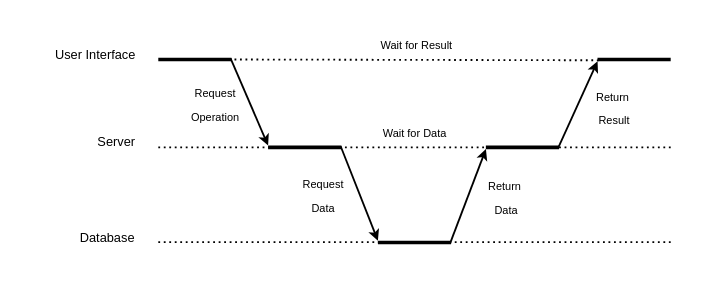
Above: flow_component.drawio in DrXneaky/Diagram (draw.io), before the change. Source tidied: cells renumbered, new cells numbered last; positions are measured from the earlier drawing's top-left corner, leaving out a move shared by most shapes. Both pictures are drawn from the tidied source at 183%, with x=0, y=0 at pixel (51, 37).
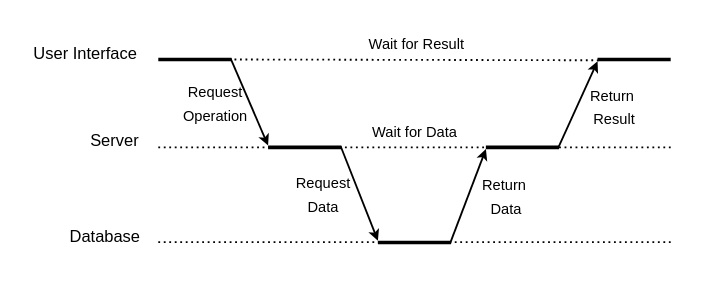
The same diagram, later.

Unchanged cells that the change refers to:
```xml
<mxCell id="3" style="line;strokeWidth=2;fillColor=none;align=left;verticalAlign=middle;spacingTop=-1;spacingLeft=3;spacingRight=3;labelPosition=right;points=[];portConstraint=eastwest;" parent="1" vertex="1">
  <mxGeometry x="298" y="8" width="40" height="8" as="geometry" />
</mxCell>
<mxCell id="4" style="line;strokeWidth=2;fillColor=none;align=left;verticalAlign=middle;spacingTop=-1;spacingLeft=3;spacingRight=3;labelPosition=right;points=[];portConstraint=eastwest;" parent="1" vertex="1">
  <mxGeometry x="118" y="56" width="40" height="8" as="geometry" />
</mxCell>
<mxCell id="5" style="line;strokeWidth=2;fillColor=none;align=left;verticalAlign=middle;spacingTop=-1;spacingLeft=3;spacingRight=3;labelPosition=right;points=[];portConstraint=eastwest;" parent="1" vertex="1">
  <mxGeometry x="237" y="56" width="40" height="8" as="geometry" />
</mxCell>
<mxCell id="6" style="line;strokeWidth=2;fillColor=none;align=left;verticalAlign=middle;spacingTop=-1;spacingLeft=3;spacingRight=3;labelPosition=right;points=[];portConstraint=eastwest;" parent="1" vertex="1">
  <mxGeometry x="178" y="108" width="40" height="8" as="geometry" />
</mxCell>
```

Diff of the diagram source:
```diff
@@
-    <mxCell id="7" value="&lt;font style=&quot;font-size: 6px&quot; face=&quot;Old Standard TT&quot;&gt;Request&lt;br&gt;Operation&lt;/font&gt;" style="html=1;verticalAlign=bottom;endArrow=classic;entryX=0;entryY=0.377;entryDx=0;entryDy=0;entryPerimeter=0;exitX=0.988;exitY=0.421;exitDx=0;exitDy=0;exitPerimeter=0;endSize=3;startSize=1;endFill=1;labelBackgroundColor=none;" parent="1" edge="1" target="4">
+    <mxCell id="7" value="&lt;font style=&quot;font-size: 8px&quot; face=&quot;Old Standard TT&quot;&gt;Request&lt;br&gt;Operation&lt;/font&gt;" style="html=1;verticalAlign=bottom;endArrow=classic;entryX=0;entryY=0.377;entryDx=0;entryDy=0;entryPerimeter=0;exitX=0.988;exitY=0.421;exitDx=0;exitDy=0;exitPerimeter=0;endSize=3;startSize=1;endFill=1;labelBackgroundColor=none;" parent="1" edge="1" target="4">
       <mxGeometry x="0.26" y="-24" relative="1" as="geometry">
         <mxPoint x="97.5" y="11.4" as="sourcePoint" />
       </mxGeometry>
     </mxCell>
-    <mxCell id="8" value="&lt;font style=&quot;font-size: 6px&quot; face=&quot;Old Standard TT&quot;&gt;Request&lt;br&gt;Data&lt;br&gt;&lt;/font&gt;" style="html=1;verticalAlign=bottom;endArrow=classic;entryX=0;entryY=0.377;entryDx=0;entryDy=0;entryPerimeter=0;exitX=0.989;exitY=0.479;exitDx=0;exitDy=0;exitPerimeter=0;endSize=3;startSize=1;endFill=1;labelBackgroundColor=none;" parent="1" edge="1" target="6">
+    <mxCell id="8" value="&lt;font style=&quot;font-size: 8px&quot; face=&quot;Old Standard TT&quot;&gt;Request&lt;br&gt;Data&lt;br&gt;&lt;/font&gt;" style="html=1;verticalAlign=bottom;endArrow=classic;entryX=0;entryY=0.377;entryDx=0;entryDy=0;entryPerimeter=0;exitX=0.989;exitY=0.479;exitDx=0;exitDy=0;exitPerimeter=0;endSize=3;startSize=1;endFill=1;labelBackgroundColor=none;" parent="1" edge="1" target="6">
       <mxGeometry x="0.26" y="-24" relative="1" as="geometry">
         <mxPoint x="157.6" y="59.3" as="sourcePoint" />
       </mxGeometry>
     </mxCell>
-    <mxCell id="9" value="&lt;font style=&quot;font-size: 6px&quot; face=&quot;Old Standard TT&quot;&gt;Return&amp;nbsp;&lt;br&gt;Data&lt;br&gt;&lt;/font&gt;" style="html=1;verticalAlign=bottom;endArrow=classic;endSize=3;startSize=1;endFill=1;labelBackgroundColor=none;exitX=0.985;exitY=0.575;exitDx=0;exitDy=0;exitPerimeter=0;entryX=0.001;entryY=0.622;entryDx=0;entryDy=0;entryPerimeter=0;" parent="1" edge="1" source="6" target="5">
+    <mxCell id="9" value="&lt;font style=&quot;font-size: 8px&quot; face=&quot;Old Standard TT&quot;&gt;Return&amp;nbsp;&lt;br&gt;Data&lt;br&gt;&lt;/font&gt;" style="html=1;verticalAlign=bottom;endArrow=classic;endSize=3;startSize=1;endFill=1;labelBackgroundColor=none;exitX=0.985;exitY=0.575;exitDx=0;exitDy=0;exitPerimeter=0;entryX=0.001;entryY=0.622;entryDx=0;entryDy=0;entryPerimeter=0;" parent="1" edge="1" source="6" target="5">
       <mxGeometry x="-0.25" y="-25" relative="1" as="geometry" />
     </mxCell>
-    <mxCell id="10" value="&lt;font style=&quot;font-size: 6px&quot; face=&quot;Old Standard TT&quot;&gt;Return&amp;nbsp;&lt;br&gt;Result&lt;br&gt;&lt;/font&gt;" style="html=1;verticalAlign=bottom;endArrow=classic;endSize=3;startSize=1;endFill=1;labelBackgroundColor=none;exitX=0.988;exitY=0.532;exitDx=0;exitDy=0;exitPerimeter=0;entryX=0.001;entryY=0.629;entryDx=0;entryDy=0;entryPerimeter=0;" parent="1" edge="1" source="5" target="3">
+    <mxCell id="10" value="&lt;font style=&quot;font-size: 8px&quot; face=&quot;Old Standard TT&quot;&gt;Return&amp;nbsp;&lt;br&gt;Result&lt;br&gt;&lt;/font&gt;" style="html=1;verticalAlign=bottom;endArrow=classic;endSize=3;startSize=1;endFill=1;labelBackgroundColor=none;exitX=0.988;exitY=0.532;exitDx=0;exitDy=0;exitPerimeter=0;entryX=0.001;entryY=0.629;entryDx=0;entryDy=0;entryPerimeter=0;" parent="1" edge="1" source="5" target="3">
       <mxGeometry x="-0.25" y="-25" relative="1" as="geometry" />
     </mxCell>
-    <mxCell id="11" value="&lt;font face=&quot;Old Standard TT&quot; style=&quot;font-size: 6px&quot;&gt;Wait for Data&lt;/font&gt;" style="html=1;verticalAlign=bottom;endArrow=none;dashed=1;endSize=8;dashPattern=1 2;labelBackgroundColor=none;strokeWidth=1;endFill=0;" parent="1" edge="1">
+    <mxCell id="11" value="&lt;font face=&quot;Old Standard TT&quot; style=&quot;font-size: 8px&quot;&gt;Wait for Data&lt;/font&gt;" style="html=1;verticalAlign=bottom;endArrow=none;dashed=1;endSize=8;dashPattern=1 2;labelBackgroundColor=none;strokeWidth=1;endFill=0;" parent="1" edge="1">
       <mxGeometry relative="1" as="geometry">
         <mxPoint x="338" y="60" as="sourcePoint" />
         <mxPoint x="58" y="60" as="targetPoint" />
       </mxGeometry>
     </mxCell>
-    <mxCell id="12" value="&lt;font face=&quot;Old Standard TT&quot;&gt;&lt;span style=&quot;font-size: 6px&quot;&gt;Wait for Result&lt;/span&gt;&lt;/font&gt;" style="html=1;verticalAlign=bottom;endArrow=none;dashed=1;endSize=8;dashPattern=1 2;labelBackgroundColor=none;strokeWidth=1;endFill=0;exitX=0.016;exitY=0.556;exitDx=0;exitDy=0;exitPerimeter=0;" parent="1" edge="1" source="3">
+    <mxCell id="12" value="&lt;font face=&quot;Old Standard TT&quot; style=&quot;font-size: 8px&quot;&gt;Wait for Result&lt;/font&gt;" style="html=1;verticalAlign=bottom;endArrow=none;dashed=1;endSize=8;dashPattern=1 2;labelBackgroundColor=none;strokeWidth=1;endFill=0;exitX=0.016;exitY=0.556;exitDx=0;exitDy=0;exitPerimeter=0;" parent="1" edge="1" source="3">
       <mxGeometry relative="1" as="geometry">
         <mxPoint x="98" y="12" as="targetPoint" />
       </mxGeometry>
     </mxCell>
-    <mxCell id="13" value="&lt;font face=&quot;Old Standard TT&quot; style=&quot;font-size: 7px&quot;&gt;User Interface&lt;/font&gt;" style="text;html=1;strokeColor=none;fillColor=none;align=center;verticalAlign=middle;whiteSpace=wrap;rounded=0;" parent="1" vertex="1">
-      <mxGeometry width="48" height="16" as="geometry" />
+    <mxCell id="13" value="&lt;font face=&quot;Old Standard TT&quot; style=&quot;font-size: 9px&quot;&gt;User Interface&lt;/font&gt;" style="text;html=1;strokeColor=none;fillColor=none;align=center;verticalAlign=middle;whiteSpace=wrap;rounded=0;" parent="1" vertex="1">
+      <mxGeometry x="-11" width="59" height="16" as="geometry" />
     </mxCell>
-    <mxCell id="14" value="&lt;font face=&quot;Old Standard TT&quot; style=&quot;font-size: 7px&quot;&gt;Server&lt;br&gt;&lt;/font&gt;" style="text;html=1;strokeColor=none;fillColor=none;align=center;verticalAlign=middle;whiteSpace=wrap;rounded=0;" parent="1" vertex="1">
-      <mxGeometry x="23" y="48" width="25" height="16" as="geometry" />
+    <mxCell id="14" value="&lt;font face=&quot;Old Standard TT&quot;&gt;&lt;font style=&quot;font-size: 9px&quot;&gt;Server&lt;/font&gt;&lt;br&gt;&lt;/font&gt;" style="text;html=1;strokeColor=none;fillColor=none;align=center;verticalAlign=middle;whiteSpace=wrap;rounded=0;" parent="1" vertex="1">
+      <mxGeometry x="21" y="48" width="27" height="16" as="geometry" />
     </mxCell>
@@
-    <mxCell id="16" value="&lt;font face=&quot;Old Standard TT&quot; style=&quot;font-size: 7px&quot;&gt;Database&amp;nbsp;&lt;/font&gt;" style="text;html=1;strokeColor=none;fillColor=none;align=center;verticalAlign=middle;whiteSpace=wrap;rounded=0;" parent="1" vertex="1">
-      <mxGeometry x="15" y="100" width="33" height="16" as="geometry" />
+    <mxCell id="16" value="&lt;font face=&quot;Old Standard TT&quot; style=&quot;font-size: 9px&quot;&gt;Database&amp;nbsp;&lt;/font&gt;" style="text;html=1;strokeColor=none;fillColor=none;align=center;verticalAlign=middle;whiteSpace=wrap;rounded=0;" parent="1" vertex="1">
+      <mxGeometry x="13" y="100" width="35" height="16" as="geometry" />
     </mxCell>
```
